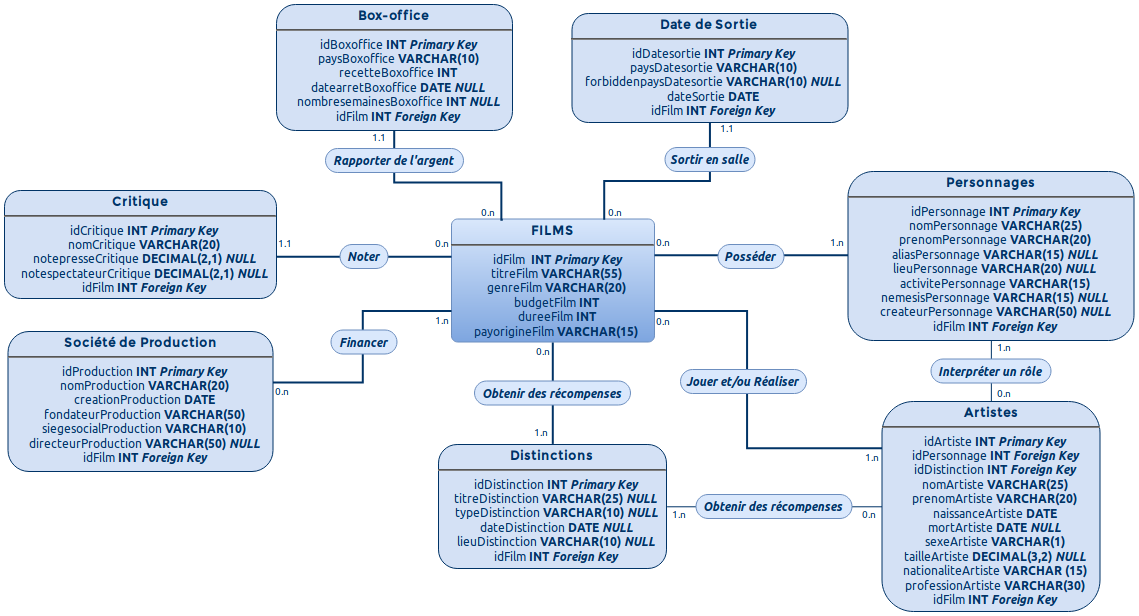
The draw.io diagram Images/Schéma MCD MovieDatabase.png in Zocel/MovieDatabase, before a commit. Source tidied: cells renumbered, new cells last; positions are measured from the earlier drawing's top-left corner, leaving out a move shared by most shapes.
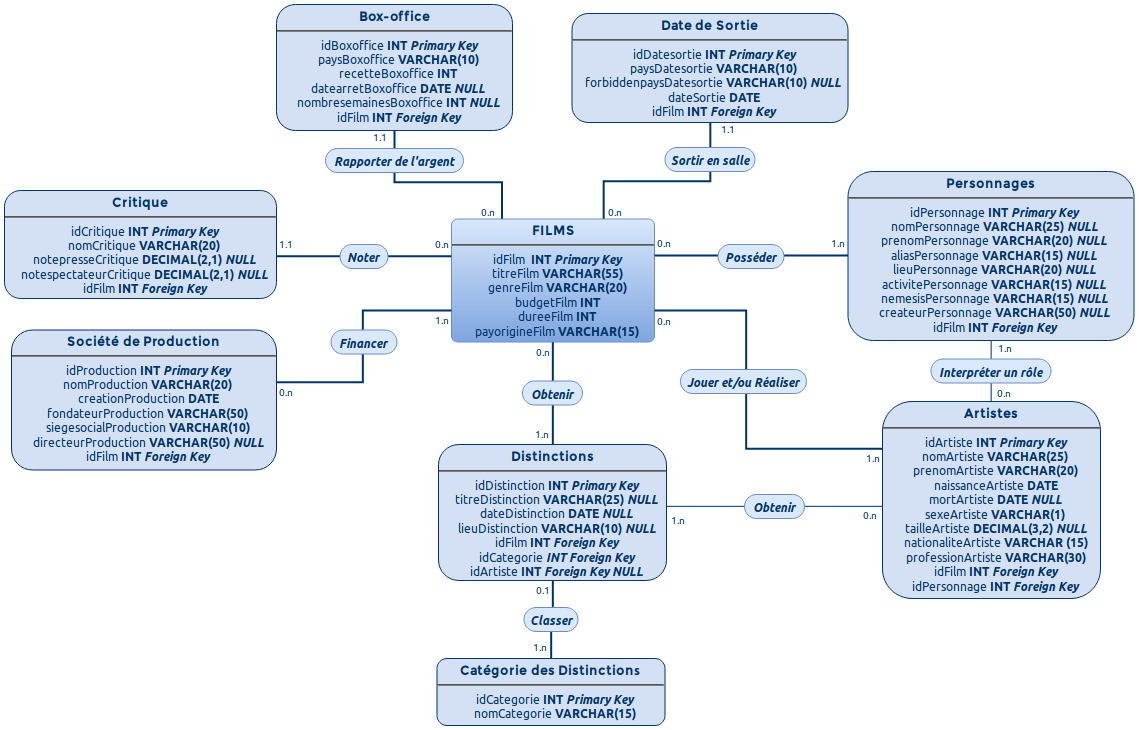
Above is the later version.

Commit message:
Commencement d'ajout de données dans les TABLE 'films' et 'personnages'

The edit, as a diff of the source:
```diff
@@ -7,7 +7,7 @@
     </mxCell>
-    <mxCell id="3" value="&lt;p style=&quot;margin: 4px 0px 0px&quot; align=&quot;center&quot;&gt;&lt;strong&gt;&lt;font face=&quot;Montserrat&quot;&gt;Artistes&lt;/font&gt;&lt;br&gt;&lt;/strong&gt;&lt;/p&gt;&lt;hr align=&quot;center&quot;&gt;&lt;p style=&quot;margin: 0px ; margin-left: 8px&quot; align=&quot;center&quot;&gt;idArtiste &lt;b&gt;INT &lt;i&gt;Primary Key&lt;/i&gt;&lt;/b&gt;&lt;br&gt;&lt;/p&gt;&lt;p style=&quot;margin: 0px ; margin-left: 8px&quot; align=&quot;center&quot;&gt;idPersonnage &lt;b&gt;INT &lt;i&gt;Foreign Key&lt;/i&gt;&lt;/b&gt;&lt;/p&gt;&lt;p style=&quot;margin: 0px ; margin-left: 8px&quot; align=&quot;center&quot;&gt;idDistinction&lt;b&gt;&lt;b&gt;&lt;b&gt;&lt;b&gt; INT&lt;/b&gt;&lt;/b&gt;&lt;/b&gt;&lt;i&gt;&lt;b&gt;&lt;i&gt;&lt;b&gt;&lt;i&gt;&lt;i&gt;&lt;b&gt; Foreign Key&lt;/b&gt;&lt;/i&gt;&lt;/i&gt;&lt;/b&gt;&lt;/i&gt;&lt;/b&gt;&lt;/i&gt;&lt;/b&gt;&lt;br&gt;&lt;/p&gt;&lt;p style=&quot;margin: 0px ; margin-left: 8px&quot; align=&quot;center&quot;&gt;nomArtiste &lt;b&gt;VARCHAR(25)&lt;/b&gt;&lt;br&gt;&lt;/p&gt;&lt;p style=&quot;margin: 0px ; margin-left: 8px&quot; align=&quot;center&quot;&gt;prenomArtiste &lt;b&gt;VARCHAR(20)&lt;/b&gt;&lt;br&gt;&lt;/p&gt;&lt;p style=&quot;margin: 0px ; margin-left: 8px&quot; align=&quot;center&quot;&gt;naissanceArtiste &lt;b&gt;DATE&lt;/b&gt;&lt;/p&gt;&lt;p style=&quot;margin: 0px ; margin-left: 8px&quot; align=&quot;center&quot;&gt;mortArtiste &lt;b&gt;DATE &lt;i&gt;NULL&lt;/i&gt;&lt;/b&gt;&lt;br&gt;&lt;/p&gt;&lt;p style=&quot;margin: 0px ; margin-left: 8px&quot; align=&quot;center&quot;&gt;sexeArtiste &lt;b&gt;VARCHAR(1)&lt;/b&gt;&lt;br&gt;tailleArtiste &lt;b&gt;&lt;b&gt;DECIMAL&lt;/b&gt;&lt;b&gt;&lt;b&gt;(3,2)&lt;/b&gt;&lt;i&gt; NULL&lt;/i&gt;&lt;/b&gt;&lt;/b&gt;&lt;/p&gt;&lt;p style=&quot;margin: 0px ; margin-left: 8px&quot; align=&quot;center&quot;&gt;nationaliteArtiste &lt;b&gt;VARCHAR (15)&lt;/b&gt;&lt;/p&gt;&lt;p style=&quot;margin: 0px ; margin-left: 8px&quot; align=&quot;center&quot;&gt;professionArtiste &lt;b&gt;VARCHAR(30)&lt;/b&gt;&lt;/p&gt;&lt;p style=&quot;margin: 0px ; margin-left: 8px&quot; align=&quot;center&quot;&gt;idFilm&lt;b&gt; INT &lt;i&gt;Foreign Key&lt;/i&gt;&lt;br&gt;&lt;/b&gt;&lt;/p&gt;" style="verticalAlign=top;align=left;overflow=fill;fontSize=12;fontFamily=Ubuntu;html=1;strokeColor=#003366;shadow=0;fillColor=#D4E1F5;fontColor=#003366;comic=0;glass=0;rounded=1;strokeWidth=1;fontStyle=0;" parent="1" vertex="1">
-      <mxGeometry x="877.5" y="397" width="218" height="210" as="geometry" />
+    <mxCell id="3" value="&lt;p style=&quot;margin: 4px 0px 0px&quot; align=&quot;center&quot;&gt;&lt;strong&gt;&lt;font face=&quot;Montserrat&quot;&gt;Artistes&lt;/font&gt;&lt;br&gt;&lt;/strong&gt;&lt;/p&gt;&lt;hr align=&quot;center&quot;&gt;&lt;p style=&quot;margin: 0px ; margin-left: 8px&quot; align=&quot;center&quot;&gt;idArtiste &lt;b&gt;INT &lt;i&gt;Primary Key&lt;/i&gt;&lt;/b&gt;&lt;br&gt;&lt;/p&gt;&lt;p style=&quot;margin: 0px ; margin-left: 8px&quot; align=&quot;center&quot;&gt;nomArtiste &lt;b&gt;VARCHAR(25)&lt;/b&gt;&lt;br&gt;&lt;/p&gt;&lt;p style=&quot;margin: 0px ; margin-left: 8px&quot; align=&quot;center&quot;&gt;prenomArtiste &lt;b&gt;VARCHAR(20)&lt;/b&gt;&lt;br&gt;&lt;/p&gt;&lt;p style=&quot;margin: 0px ; margin-left: 8px&quot; align=&quot;center&quot;&gt;naissanceArtiste &lt;b&gt;DATE&lt;/b&gt;&lt;/p&gt;&lt;p style=&quot;margin: 0px ; margin-left: 8px&quot; align=&quot;center&quot;&gt;mortArtiste &lt;b&gt;DATE &lt;i&gt;NULL&lt;/i&gt;&lt;/b&gt;&lt;br&gt;&lt;/p&gt;&lt;p style=&quot;margin: 0px ; margin-left: 8px&quot; align=&quot;center&quot;&gt;sexeArtiste &lt;b&gt;VARCHAR(1)&lt;/b&gt;&lt;br&gt;tailleArtiste &lt;b&gt;&lt;b&gt;DECIMAL&lt;/b&gt;&lt;b&gt;&lt;b&gt;(3,2)&lt;/b&gt;&lt;i&gt; NULL&lt;/i&gt;&lt;/b&gt;&lt;/b&gt;&lt;/p&gt;&lt;p style=&quot;margin: 0px ; margin-left: 8px&quot; align=&quot;center&quot;&gt;nationaliteArtiste &lt;b&gt;VARCHAR (15)&lt;/b&gt;&lt;/p&gt;&lt;p style=&quot;margin: 0px ; margin-left: 8px&quot; align=&quot;center&quot;&gt;professionArtiste &lt;b&gt;VARCHAR(30)&lt;/b&gt;&lt;/p&gt;&lt;p style=&quot;margin: 0px ; margin-left: 8px&quot; align=&quot;center&quot;&gt;idFilm&lt;b&gt; INT &lt;i&gt;Foreign Key&lt;/i&gt;&lt;br&gt;&lt;/b&gt;&lt;/p&gt;&lt;p style=&quot;margin: 0px ; margin-left: 8px&quot; align=&quot;center&quot;&gt;idPersonnage&lt;b&gt; INT &lt;i&gt;Foreign Key&lt;/i&gt;&lt;br&gt;&lt;/b&gt;&lt;/p&gt;" style="verticalAlign=top;align=left;overflow=fill;fontSize=12;fontFamily=Ubuntu;html=1;strokeColor=#003366;shadow=0;fillColor=#D4E1F5;fontColor=#003366;comic=0;glass=0;rounded=1;strokeWidth=1;fontStyle=0;" parent="1" vertex="1">
+      <mxGeometry x="878" y="397" width="218" height="197" as="geometry" />
     </mxCell>
     <mxCell id="4" value="&lt;p style=&quot;margin: 4px 0px 0px&quot; align=&quot;center&quot;&gt;&lt;strong&gt;&lt;font face=&quot;Montserrat&quot;&gt;Société de Production&lt;/font&gt;&lt;br&gt;&lt;/strong&gt;&lt;/p&gt;&lt;hr align=&quot;center&quot;&gt;&lt;p style=&quot;margin: 0px ; margin-left: 8px&quot; align=&quot;center&quot;&gt;idProduction &lt;b&gt;INT &lt;i&gt;Primary Key&lt;/i&gt;&lt;/b&gt;&lt;br&gt;&lt;/p&gt;&lt;p style=&quot;margin: 0px ; margin-left: 8px&quot; align=&quot;center&quot;&gt;nomProduction &lt;b&gt;VARCHAR(20)&lt;/b&gt;&lt;br&gt;&lt;/p&gt;&lt;p style=&quot;margin: 0px ; margin-left: 8px&quot; align=&quot;center&quot;&gt;creationProduction &lt;b&gt;DATE&lt;/b&gt;&lt;/p&gt;&lt;p style=&quot;margin: 0px ; margin-left: 8px&quot; align=&quot;center&quot;&gt;fondateurProduction &lt;b&gt;VARCHAR(50)&lt;/b&gt;&lt;br&gt;&lt;/p&gt;&lt;p style=&quot;margin: 0px ; margin-left: 8px&quot; align=&quot;center&quot;&gt;siegesocialProduction &lt;b&gt;VARCHAR(10)&lt;/b&gt;&lt;br&gt;&lt;/p&gt;&lt;p style=&quot;margin: 0px ; margin-left: 8px&quot; align=&quot;center&quot;&gt;directeurProduction &lt;b&gt;VARCHAR(50)&lt;/b&gt;&lt;b&gt;&lt;b&gt;&lt;i&gt; NULL&lt;/i&gt;&lt;/b&gt;&lt;/b&gt;&lt;/p&gt;&lt;p style=&quot;margin: 0px ; margin-left: 8px&quot; align=&quot;center&quot;&gt;idFilm&lt;b&gt; INT &lt;b&gt;&lt;i&gt;Foreign Key&lt;br&gt;&lt;/i&gt;&lt;/b&gt;&lt;/b&gt;&lt;/p&gt;" style="verticalAlign=top;align=left;overflow=fill;fontSize=12;fontFamily=Ubuntu;html=1;strokeColor=#003366;shadow=0;fillColor=#D4E1F5;fontColor=#003366;comic=0;glass=0;rounded=1;strokeWidth=1;fontStyle=0;" parent="1" vertex="1">
-      <mxGeometry x="3.5" y="327" width="265" height="140" as="geometry" />
+      <mxGeometry x="7" y="325.5" width="265" height="140" as="geometry" />
     </mxCell>
@@ -34,3 +34,3 @@
     </mxCell>
-    <mxCell id="9" value="&lt;p style=&quot;margin: 4px 0px 0px&quot; align=&quot;center&quot;&gt;&lt;strong&gt;&lt;font face=&quot;Montserrat&quot;&gt;Personnages&lt;/font&gt;&lt;br&gt;&lt;/strong&gt;&lt;/p&gt;&lt;hr align=&quot;center&quot;&gt;&lt;p style=&quot;margin: 0px ; margin-left: 8px&quot; align=&quot;center&quot;&gt;idPersonnage &lt;b&gt;INT &lt;i&gt;Primary Key&lt;/i&gt;&lt;br&gt;&lt;/b&gt;&lt;/p&gt;&lt;p style=&quot;margin: 0px ; margin-left: 8px&quot; align=&quot;center&quot;&gt;nomPersonnage &lt;b&gt;VARCHAR&lt;/b&gt;&lt;b&gt;(25)&lt;/b&gt;&lt;/p&gt;&lt;p style=&quot;margin: 0px ; margin-left: 8px&quot; align=&quot;center&quot;&gt;prenomPersonnage &lt;b&gt;VARCHAR&lt;/b&gt;&lt;b&gt;&lt;b&gt;(20)&lt;/b&gt;&lt;/b&gt;&lt;/p&gt;&lt;p style=&quot;margin: 0px ; margin-left: 8px&quot; align=&quot;center&quot;&gt;aliasPersonnage &lt;b&gt;VARCHAR(15) &lt;i&gt;NULL&lt;/i&gt;&lt;/b&gt;&lt;br&gt;&lt;b&gt;&lt;b&gt;&lt;/b&gt;&lt;/b&gt;&lt;/p&gt;&lt;p style=&quot;margin: 0px ; margin-left: 8px&quot; align=&quot;center&quot;&gt;lieuPersonnage &lt;b&gt;VARCHAR(20) &lt;i&gt;NULL&lt;/i&gt;&lt;br&gt;&lt;/b&gt;&lt;/p&gt;&lt;p style=&quot;margin: 0px ; margin-left: 8px&quot; align=&quot;center&quot;&gt;activitePersonnage&lt;b&gt; VARCHAR&lt;/b&gt;&lt;b&gt;&lt;b&gt;(15)&lt;/b&gt;&lt;/b&gt;&lt;/p&gt;&lt;p style=&quot;margin: 0px ; margin-left: 8px&quot; align=&quot;center&quot;&gt;nemesisPersonnage&lt;b&gt; VARCHAR&lt;/b&gt;&lt;b&gt;&lt;b&gt;(15)&lt;/b&gt;&lt;i&gt; NULL&lt;/i&gt;&lt;br&gt;&lt;/b&gt;&lt;/p&gt;&lt;p style=&quot;margin: 0px ; margin-left: 8px&quot; align=&quot;center&quot;&gt;createurPersonnage &lt;b&gt;VARCHAR&lt;/b&gt;&lt;b&gt;&lt;b&gt;(50)&lt;/b&gt;&lt;i&gt; NULL&lt;/i&gt;&lt;/b&gt;&lt;/p&gt;&lt;p style=&quot;margin: 0px ; margin-left: 8px&quot; align=&quot;center&quot;&gt;idFilm&lt;b&gt; INT&lt;i&gt; Foreign Key&lt;br&gt;&lt;/i&gt;&lt;/b&gt;&lt;/p&gt;" style="verticalAlign=top;align=left;overflow=fill;fontSize=12;fontFamily=Ubuntu;html=1;strokeColor=#003366;shadow=0;fillColor=#D4E1F5;fontColor=#003366;comic=0;glass=0;rounded=1;strokeWidth=1;fontStyle=0;" parent="1" vertex="1">
+    <mxCell id="9" value="&lt;p style=&quot;margin: 4px 0px 0px&quot; align=&quot;center&quot;&gt;&lt;strong&gt;&lt;font face=&quot;Montserrat&quot;&gt;Personnages&lt;/font&gt;&lt;br&gt;&lt;/strong&gt;&lt;/p&gt;&lt;hr align=&quot;center&quot;&gt;&lt;p style=&quot;margin: 0px ; margin-left: 8px&quot; align=&quot;center&quot;&gt;idPersonnage &lt;b&gt;INT &lt;i&gt;Primary Key&lt;/i&gt;&lt;br&gt;&lt;/b&gt;&lt;/p&gt;&lt;p style=&quot;margin: 0px ; margin-left: 8px&quot; align=&quot;center&quot;&gt;nomPersonnage &lt;b&gt;VARCHAR&lt;/b&gt;&lt;b&gt;(25) &lt;i&gt;NULL&lt;/i&gt;&lt;br&gt;&lt;/b&gt;&lt;/p&gt;&lt;p style=&quot;margin: 0px ; margin-left: 8px&quot; align=&quot;center&quot;&gt;prenomPersonnage &lt;b&gt;VARCHAR&lt;/b&gt;&lt;b&gt;&lt;b&gt;(20) &lt;i&gt;NULL&lt;/i&gt;&lt;br&gt;&lt;/b&gt;&lt;/b&gt;&lt;/p&gt;&lt;p style=&quot;margin: 0px ; margin-left: 8px&quot; align=&quot;center&quot;&gt;aliasPersonnage &lt;b&gt;VARCHAR(15) &lt;i&gt;NULL&lt;/i&gt;&lt;/b&gt;&lt;br&gt;&lt;b&gt;&lt;b&gt;&lt;/b&gt;&lt;/b&gt;&lt;/p&gt;&lt;p style=&quot;margin: 0px ; margin-left: 8px&quot; align=&quot;center&quot;&gt;lieuPersonnage &lt;b&gt;VARCHAR(20) &lt;i&gt;NULL&lt;/i&gt;&lt;br&gt;&lt;/b&gt;&lt;/p&gt;&lt;p style=&quot;margin: 0px ; margin-left: 8px&quot; align=&quot;center&quot;&gt;activitePersonnage&lt;b&gt; VARCHAR&lt;/b&gt;&lt;b&gt;&lt;b&gt;(15) &lt;i&gt;NULL&lt;/i&gt;&lt;br&gt;&lt;/b&gt;&lt;/b&gt;&lt;/p&gt;&lt;p style=&quot;margin: 0px ; margin-left: 8px&quot; align=&quot;center&quot;&gt;nemesisPersonnage&lt;b&gt; VARCHAR&lt;/b&gt;&lt;b&gt;&lt;b&gt;(15)&lt;/b&gt;&lt;i&gt; NULL&lt;/i&gt;&lt;br&gt;&lt;/b&gt;&lt;/p&gt;&lt;p style=&quot;margin: 0px ; margin-left: 8px&quot; align=&quot;center&quot;&gt;createurPersonnage &lt;b&gt;VARCHAR&lt;/b&gt;&lt;b&gt;&lt;b&gt;(50)&lt;/b&gt;&lt;i&gt; NULL&lt;/i&gt;&lt;/b&gt;&lt;/p&gt;&lt;p style=&quot;margin: 0px ; margin-left: 8px&quot; align=&quot;center&quot;&gt;idFilm&lt;b&gt; INT&lt;i&gt; Foreign Key&lt;br&gt;&lt;/i&gt;&lt;/b&gt;&lt;/p&gt;" style="verticalAlign=top;align=left;overflow=fill;fontSize=12;fontFamily=Ubuntu;html=1;strokeColor=#003366;shadow=0;fillColor=#D4E1F5;fontColor=#003366;comic=0;glass=0;rounded=1;strokeWidth=1;fontStyle=0;" parent="1" vertex="1">
       <mxGeometry x="843.5" y="167" width="286" height="169" as="geometry" />
@@ -79,4 +79,4 @@
     </mxCell>
-    <mxCell id="18" value="&lt;div&gt;Obtenir des récompenses&lt;/div&gt;" style="text;html=1;align=center;verticalAlign=middle;fillColor=#dae8fc;strokeColor=#6c8ebf;rounded=1;fontFamily=Ubuntu;arcSize=50;fontColor=#003366;fontStyle=3;" parent="1" vertex="1">
-      <mxGeometry x="691.5" y="490" width="156" height="24" as="geometry" />
+    <mxCell id="18" value="&lt;div&gt;Obtenir&lt;br&gt;&lt;/div&gt;" style="text;html=1;align=center;verticalAlign=middle;fillColor=#dae8fc;strokeColor=#6c8ebf;rounded=1;fontFamily=Ubuntu;arcSize=50;fontColor=#003366;fontStyle=3;" parent="1" vertex="1">
+      <mxGeometry x="740" y="490" width="60" height="24" as="geometry" />
     </mxCell>
@@ -132,7 +132,7 @@
     </mxCell>
-    <mxCell id="30" value="&lt;p style=&quot;margin: 4px 0px 0px&quot; align=&quot;center&quot;&gt;&lt;strong&gt;&lt;font face=&quot;Montserrat&quot;&gt;Distinctions&lt;/font&gt;&lt;br&gt;&lt;/strong&gt;&lt;/p&gt;&lt;hr align=&quot;center&quot;&gt;&lt;p style=&quot;margin: 0px ; margin-left: 8px&quot; align=&quot;center&quot;&gt;idDistinction &lt;b&gt;INT&lt;/b&gt;&lt;i&gt;&lt;b&gt; Primary Key&lt;/b&gt;&lt;/i&gt;&lt;br&gt;titreDistinction&lt;i&gt;&lt;b&gt; &lt;/b&gt;&lt;/i&gt;&lt;b&gt;&lt;b&gt;VARCHAR(25) &lt;i&gt;NULL&lt;/i&gt;&lt;br&gt;&lt;/b&gt;&lt;/b&gt;&lt;/p&gt;&lt;p style=&quot;margin: 0px ; margin-left: 8px&quot; align=&quot;center&quot;&gt;typeDistinction &lt;b&gt;VARCHAR(10) &lt;/b&gt;&lt;b&gt;&lt;b&gt;&lt;i&gt;NULL&lt;/i&gt;&lt;/b&gt;&lt;/b&gt;&lt;/p&gt;&lt;p style=&quot;margin: 0px ; margin-left: 8px&quot; align=&quot;center&quot;&gt;dateDistinction &lt;b&gt;DATE &lt;/b&gt;&lt;b&gt;&lt;b&gt;&lt;b&gt;&lt;i&gt;NULL&lt;/i&gt;&lt;/b&gt;&lt;/b&gt;&lt;/b&gt;&lt;/p&gt;&lt;p style=&quot;margin: 0px ; margin-left: 8px&quot; align=&quot;center&quot;&gt;lieuDistinction &lt;b&gt;VARCHAR(10) &lt;i&gt;NULL&lt;/i&gt;&lt;/b&gt;&lt;/p&gt;&lt;p style=&quot;margin: 0px ; margin-left: 8px&quot; align=&quot;center&quot;&gt;idFilm&lt;b&gt; INT&lt;i&gt; Foreign Key&lt;br&gt;&lt;/i&gt;&lt;/b&gt;&lt;/p&gt;&lt;p style=&quot;margin: 0px ; margin-left: 8px&quot; align=&quot;center&quot;&gt;&lt;b&gt;&lt;i&gt;&lt;/i&gt;&lt;/b&gt;&lt;br&gt;&lt;/p&gt;" style="verticalAlign=top;align=left;overflow=fill;fontSize=12;fontFamily=Ubuntu;html=1;strokeColor=#003366;shadow=0;fillColor=#D4E1F5;fontColor=#003366;rounded=1;fontStyle=0;" parent="1" vertex="1">
-      <mxGeometry x="434" y="440" width="228" height="124" as="geometry" />
+    <mxCell id="30" value="&lt;p style=&quot;margin: 4px 0px 0px&quot; align=&quot;center&quot;&gt;&lt;strong&gt;&lt;font face=&quot;Montserrat&quot;&gt;Distinctions&lt;/font&gt;&lt;br&gt;&lt;/strong&gt;&lt;/p&gt;&lt;hr align=&quot;center&quot;&gt;&lt;p style=&quot;margin: 0px ; margin-left: 8px&quot; align=&quot;center&quot;&gt;idDistinction &lt;b&gt;INT&lt;/b&gt;&lt;i&gt;&lt;b&gt; Primary Key&lt;/b&gt;&lt;/i&gt;&lt;br&gt;titreDistinction&lt;i&gt;&lt;b&gt; &lt;/b&gt;&lt;/i&gt;&lt;b&gt;&lt;b&gt;VARCHAR(25) &lt;i&gt;NULL&lt;/i&gt;&lt;br&gt;&lt;/b&gt;&lt;/b&gt;&lt;/p&gt;&lt;p style=&quot;margin: 0px ; margin-left: 8px&quot; align=&quot;center&quot;&gt;dateDistinction &lt;b&gt;DATE &lt;/b&gt;&lt;b&gt;&lt;b&gt;&lt;b&gt;&lt;i&gt;NULL&lt;/i&gt;&lt;/b&gt;&lt;/b&gt;&lt;/b&gt;&lt;/p&gt;&lt;p style=&quot;margin: 0px ; margin-left: 8px&quot; align=&quot;center&quot;&gt;lieuDistinction &lt;b&gt;VARCHAR(10) &lt;i&gt;NULL&lt;/i&gt;&lt;/b&gt;&lt;/p&gt;&lt;p style=&quot;margin: 0px ; margin-left: 8px&quot; align=&quot;center&quot;&gt;idFilm&lt;b&gt; INT&lt;i&gt; Foreign Key&lt;/i&gt;&lt;/b&gt;&lt;/p&gt;&lt;p style=&quot;margin: 0px ; margin-left: 8px&quot; align=&quot;center&quot;&gt;idCategorie&lt;b&gt;&lt;i&gt; INT Foreign Key&lt;/i&gt;&lt;/b&gt;&lt;/p&gt;&lt;p style=&quot;margin: 0px ; margin-left: 8px&quot; align=&quot;center&quot;&gt;idArtiste&lt;b&gt;&lt;b&gt;&lt;b&gt;&lt;b&gt; INT&lt;/b&gt;&lt;/b&gt;&lt;/b&gt;&lt;i&gt;&lt;b&gt;&lt;i&gt;&lt;b&gt;&lt;i&gt;&lt;i&gt;&lt;b&gt; Foreign Key NULL&lt;/b&gt;&lt;/i&gt;&lt;/i&gt;&lt;/b&gt;&lt;/i&gt;&lt;/b&gt;&lt;/i&gt;&lt;/b&gt;&lt;br&gt;&lt;/p&gt;&lt;p style=&quot;margin: 0px ; margin-left: 8px&quot; align=&quot;center&quot;&gt;&lt;b&gt;&lt;i&gt;&lt;/i&gt;&lt;/b&gt;&lt;br&gt;&lt;/p&gt;" style="verticalAlign=top;align=left;overflow=fill;fontSize=12;fontFamily=Ubuntu;html=1;strokeColor=#003366;shadow=0;fillColor=#D4E1F5;fontColor=#003366;rounded=1;fontStyle=0;" parent="1" vertex="1">
+      <mxGeometry x="434" y="440" width="228" height="136" as="geometry" />
     </mxCell>
-    <mxCell id="31" value="Obtenir des récompenses" style="text;html=1;align=center;verticalAlign=middle;fillColor=#dae8fc;strokeColor=#6c8ebf;rounded=1;fontFamily=Ubuntu;rotation=0;arcSize=50;fontColor=#003366;fontStyle=3;" parent="1" vertex="1">
-      <mxGeometry x="470" y="376.5" width="156" height="24" as="geometry" />
+    <mxCell id="31" value="&lt;div&gt;Obtenir&lt;/div&gt;" style="text;html=1;align=center;verticalAlign=middle;fillColor=#dae8fc;strokeColor=#6c8ebf;rounded=1;fontFamily=Ubuntu;rotation=0;arcSize=50;fontColor=#003366;fontStyle=3;" parent="1" vertex="1">
+      <mxGeometry x="518" y="376.5" width="60" height="24" as="geometry" />
     </mxCell>
@@ -207,2 +207,21 @@
     </mxCell>
+    <mxCell id="46" value="&lt;p style=&quot;margin: 4px 0px 0px&quot; align=&quot;center&quot;&gt;&lt;strong&gt;&lt;font face=&quot;Montserrat&quot;&gt;Catégorie des Distinction&lt;/font&gt;s&lt;br&gt;&lt;/strong&gt;&lt;/p&gt;&lt;hr align=&quot;center&quot;&gt;&lt;p style=&quot;margin: 0px ; margin-left: 8px&quot; align=&quot;center&quot;&gt;idCategorie &lt;b&gt;INT&lt;/b&gt;&lt;i&gt;&lt;b&gt; Primary Key&lt;/b&gt;&lt;/i&gt;&lt;br&gt;nomCategorie&lt;i&gt;&lt;b&gt; &lt;/b&gt;&lt;/i&gt;&lt;b&gt;&lt;b&gt;VARCHAR(15)&lt;/b&gt;&lt;/b&gt;&lt;/p&gt;&lt;p style=&quot;margin: 0px ; margin-left: 8px&quot; align=&quot;center&quot;&gt;&lt;b&gt;&lt;i&gt;&lt;/i&gt;&lt;/b&gt;&lt;br&gt;&lt;/p&gt;" style="verticalAlign=top;align=left;overflow=fill;fontSize=12;fontFamily=Ubuntu;html=1;strokeColor=#003366;shadow=0;fillColor=#D4E1F5;fontColor=#003366;rounded=1;fontStyle=0;" parent="1" vertex="1">
+      <mxGeometry x="432.5" y="654" width="228" height="67" as="geometry" />
+    </mxCell>
+    <mxCell id="47" style="endArrow=none;endSize=12;startArrow=none;startSize=14;startFill=0;edgeStyle=orthogonalEdgeStyle;strokeWidth=2;strokeColor=#003366;rounded=0;fontFamily=Ubuntu;endFill=0;" parent="1" edge="1" source="46" target="30">
+      <mxGeometry x="559.4" y="893" as="geometry" />
+    </mxCell>
+    <mxCell id="48" value="1.n" style="align=left;verticalAlign=top;labelBackgroundColor=none;fontSize=10;strokeColor=#003366;shadow=1;fillColor=#D4E1F5;fontColor=#003366;fontFamily=Ubuntu;" parent="47" vertex="1">
+      <mxGeometry x="-1" relative="1" as="geometry">
+        <mxPoint x="-20.6" y="-23.5" as="offset" />
+      </mxGeometry>
+    </mxCell>
+    <mxCell id="49" value="0.1" style="align=right;verticalAlign=top;labelBackgroundColor=none;fontSize=10;strokeColor=#003366;shadow=1;fillColor=#D4E1F5;fontColor=#003366;fontFamily=Ubuntu;" parent="47" vertex="1">
+      <mxGeometry x="1" relative="1" as="geometry">
+        <mxPoint x="-0.5" y="-3" as="offset" />
+      </mxGeometry>
+    </mxCell>
+    <mxCell id="50" value="Classer" style="text;html=1;align=center;verticalAlign=middle;fillColor=#dae8fc;strokeColor=#6c8ebf;rounded=1;fontFamily=Ubuntu;arcSize=50;fontColor=#003366;fontStyle=3;" parent="1" vertex="1">
+      <mxGeometry x="519.5" y="603" width="54" height="24" as="geometry" />
+    </mxCell>
   </root>
```
